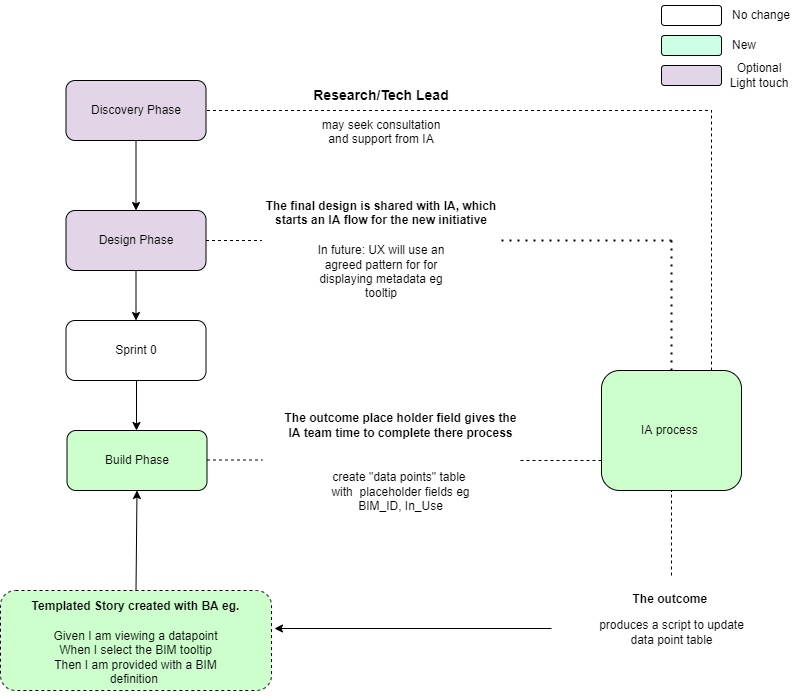
Before: img/BIM-process-Flow.png, a diagram exported from draw.io (abhurtun/Blog). Source tidied: cells renumbered, new cells last; positions are measured from the earlier drawing's top-left corner, leaving out a move shared by most shapes.
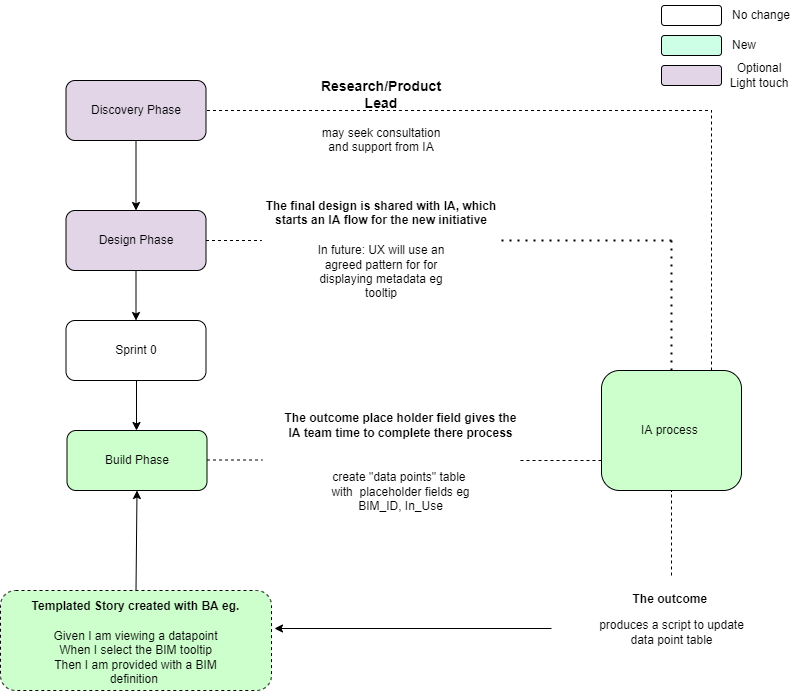
The same diagram one commit later.

Diff of the diagram source:
```diff
@@ -100,7 +100,7 @@
         <mxPoint x="711" y="110" as="targetPoint" />
       </mxGeometry>
     </mxCell>
-    <mxCell id="28" value="&lt;blockquote&gt;&lt;h3&gt;Research/Tech Lead&lt;/h3&gt;may seek consultation and support from IA&lt;br&gt;&lt;/blockquote&gt;" style="text;html=1;strokeColor=none;fillColor=none;align=center;verticalAlign=middle;whiteSpace=wrap;rounded=0;" parent="1" vertex="1">
+    <mxCell id="28" value="&lt;blockquote&gt;&lt;h3&gt;Research/Product Lead&lt;/h3&gt;may seek consultation and support from IA&lt;br&gt;&lt;/blockquote&gt;" style="text;html=1;strokeColor=none;fillColor=none;align=center;verticalAlign=middle;whiteSpace=wrap;rounded=0;" parent="1" vertex="1">
       <mxGeometry x="271" y="70" width="220" height="90" as="geometry" />
     </mxCell>
     <mxCell id="29" style="rounded=1;whiteSpace=wrap;html=1;fillColor=#E1D5E7;" parent="1" vertex="1">
```
